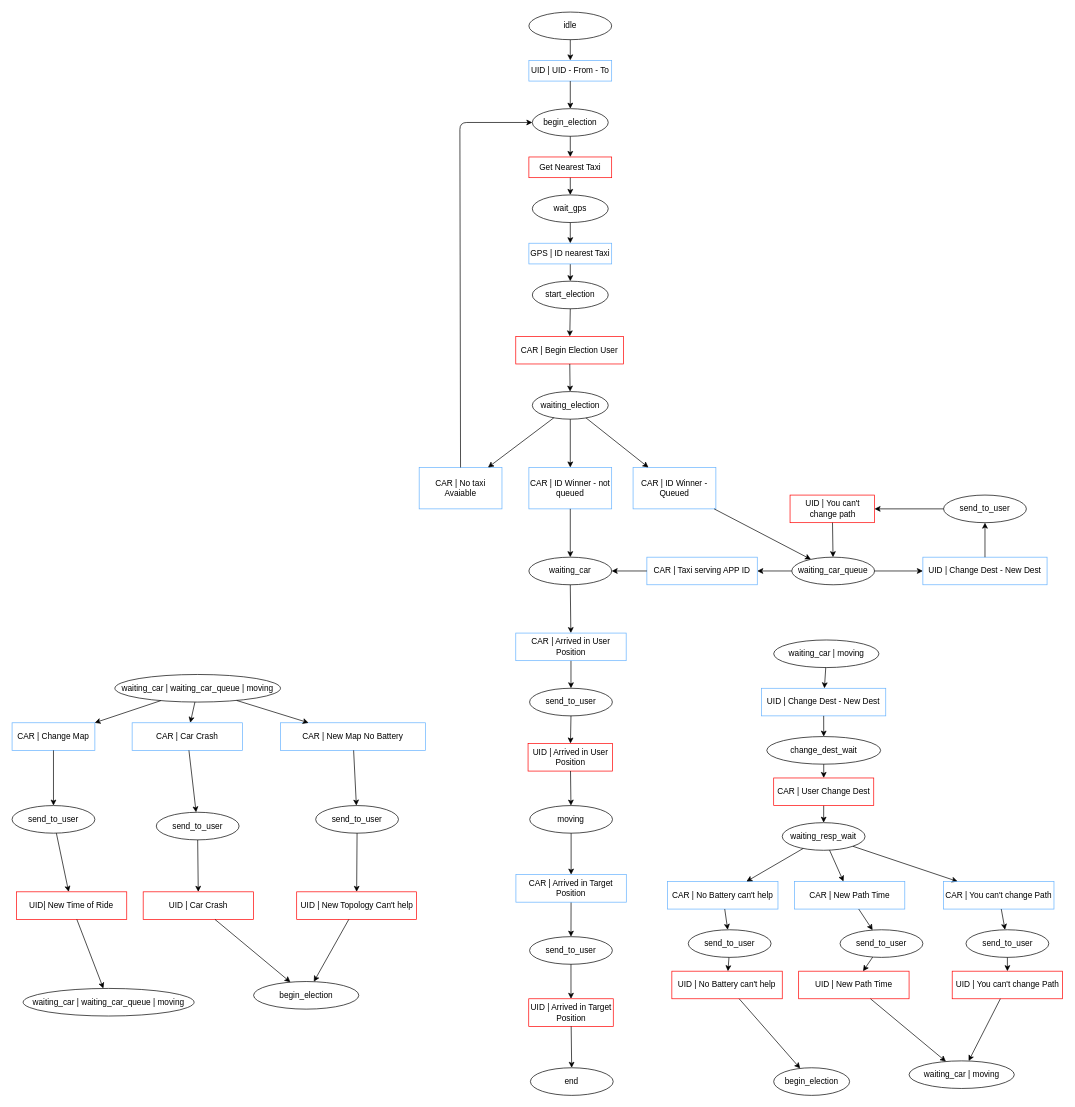
Earlier version of the draw.io diagram relazione/automa_app_utente.drawio (kraots94/Sistemi). Source tidied: cells renumbered, new cells numbered last; positions are measured from the earlier drawing's top-left corner, leaving out a move shared by most shapes. Both pictures are drawn from the tidied source at 69%, with x=0, y=0 at pixel (12, 12).
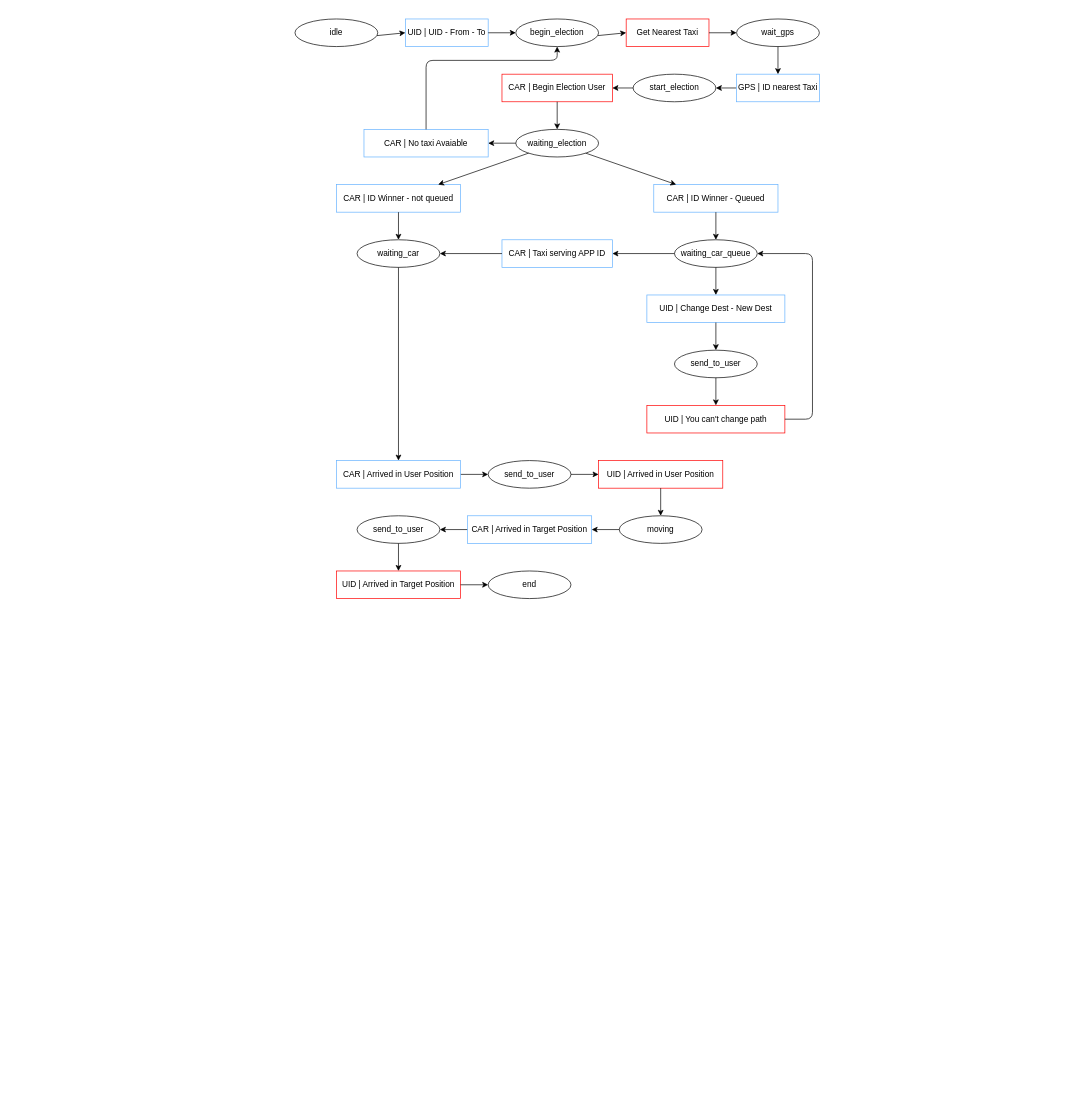
The same diagram, later.

Diff of the diagram source:
```diff
@@
     <mxCell id="2" value="idle" style="ellipse;whiteSpace=wrap;html=1;" parent="1" vertex="1">
-      <mxGeometry x="749" width="120" height="40" as="geometry" />
+      <mxGeometry x="410" y="10" width="120" height="40" as="geometry" />
     </mxCell>
     <mxCell id="3" value="UID | UID - From - To" style="rounded=0;whiteSpace=wrap;html=1;strokeColor=#66B2FF;" parent="1" vertex="1">
-      <mxGeometry x="749" y="70" width="120" height="30" as="geometry" />
+      <mxGeometry x="570" y="10" width="120" height="40" as="geometry" />
     </mxCell>
     <mxCell id="4" value="begin_election" style="ellipse;whiteSpace=wrap;html=1;" parent="1" vertex="1">
-      <mxGeometry x="754" y="140" width="110" height="40" as="geometry" />
+      <mxGeometry x="730" y="10" width="120" height="40" as="geometry" />
     </mxCell>
     <mxCell id="5" value="waiting_car" style="ellipse;whiteSpace=wrap;html=1;" parent="1" vertex="1">
-      <mxGeometry x="749" y="790" width="120" height="40" as="geometry" />
+      <mxGeometry x="500" y="330" width="120" height="40" as="geometry" />
     </mxCell>
-    <mxCell id="6" value="CAR | Change Map" style="rounded=0;whiteSpace=wrap;html=1;strokeColor=#66B2FF;fillColor=none;" parent="1" vertex="1">
-      <mxGeometry y="1030" width="120" height="40" as="geometry" />
-    </mxCell>
     <mxCell id="7" value="waiting_car_queue" style="ellipse;whiteSpace=wrap;html=1;" parent="1" vertex="1">
-      <mxGeometry x="1130" y="790" width="120" height="40" as="geometry" />
+      <mxGeometry x="960" y="330" width="120" height="40" as="geometry" />
     </mxCell>
     <mxCell id="8" value="&lt;span style=&quot;text-align: left ; white-space: nowrap&quot;&gt;CAR | Taxi serving APP ID&lt;/span&gt;" style="rounded=0;whiteSpace=wrap;html=1;strokeColor=#66B2FF;fillColor=none;" parent="1" vertex="1">
-      <mxGeometry x="920" y="790" width="160" height="40" as="geometry" />
+      <mxGeometry x="710" y="330" width="160" height="40" as="geometry" />
     </mxCell>
     <mxCell id="9" value="&lt;span style=&quot;white-space: normal&quot;&gt;CAR | Begin Election User&lt;/span&gt;" style="rounded=0;whiteSpace=wrap;html=1;strokeColor=#FF0000;" parent="1" vertex="1">
-      <mxGeometry x="730" y="470" width="156" height="40" as="geometry" />
+      <mxGeometry x="710" y="90" width="160" height="40" as="geometry" />
     </mxCell>
     <mxCell id="10" value="Get Nearest Taxi" style="rounded=0;whiteSpace=wrap;html=1;strokeColor=#FF0000;" parent="1" vertex="1">
-      <mxGeometry x="749" y="210" width="120" height="30" as="geometry" />
+      <mxGeometry x="890" y="10" width="120" height="40" as="geometry" />
     </mxCell>
@@
     <mxCell id="13" value="start_election" style="ellipse;whiteSpace=wrap;html=1;" parent="1" vertex="1">
-      <mxGeometry x="754" y="390" width="110" height="40" as="geometry" />
+      <mxGeometry x="900" y="90" width="120" height="40" as="geometry" />
     </mxCell>
@@
-    <mxCell id="15" style="endArrow=classic;html=1;" parent="1" edge="1" source="9" target="16">
-      <mxGeometry relative="1" as="geometry" />
-    </mxCell>
     <mxCell id="16" value="waiting_election" style="ellipse;whiteSpace=wrap;html=1;" parent="1" vertex="1">
-      <mxGeometry x="754" y="550" width="110" height="40" as="geometry" />
+      <mxGeometry x="730" y="170" width="120" height="40" as="geometry" />
     </mxCell>
     <mxCell id="17" value="wait_gps" style="ellipse;whiteSpace=wrap;html=1;" parent="1" vertex="1">
-      <mxGeometry x="754" y="265" width="110" height="40" as="geometry" />
+      <mxGeometry x="1050" y="10" width="120" height="40" as="geometry" />
     </mxCell>
@@
     <mxCell id="19" value="GPS | ID nearest Taxi" style="rounded=0;whiteSpace=wrap;html=1;strokeColor=#66B2FF;" parent="1" vertex="1">
-      <mxGeometry x="749" y="335" width="120" height="30" as="geometry" />
+      <mxGeometry x="1050" y="90" width="120" height="40" as="geometry" />
     </mxCell>
@@
-    <mxCell id="22" style="endArrow=classic;html=1;" parent="1" edge="1" source="3" target="4">
-      <mxGeometry relative="1" as="geometry" />
-    </mxCell>
     <mxCell id="23" value="CAR | No taxi Avaiable" style="rounded=0;whiteSpace=wrap;html=1;strokeColor=#66B2FF;" parent="1" vertex="1">
-      <mxGeometry x="590" y="660" width="120" height="60" as="geometry" />
+      <mxGeometry x="510" y="170" width="180" height="40" as="geometry" />
     </mxCell>
     <mxCell id="24" value="CAR | ID Winner - not queued" style="rounded=0;whiteSpace=wrap;html=1;strokeColor=#66B2FF;" parent="1" vertex="1">
-      <mxGeometry x="749" y="660" width="120" height="60" as="geometry" />
+      <mxGeometry x="470" y="250" width="180" height="40" as="geometry" />
     </mxCell>
     <mxCell id="25" value="CAR | ID Winner - Queued" style="rounded=0;whiteSpace=wrap;html=1;strokeColor=#66B2FF;" parent="1" vertex="1">
-      <mxGeometry x="900" y="660" width="120" height="60" as="geometry" />
+      <mxGeometry x="930" y="250" width="180" height="40" as="geometry" />
     </mxCell>
-    <mxCell id="26" style="endArrow=classic;html=1;" parent="1" edge="1" source="23" target="4">
-      <mxGeometry relative="1" as="geometry">
-        <Array as="points">
-          <mxPoint x="649" y="160" />
-        </Array>
-      </mxGeometry>
-    </mxCell>
@@
     <mxCell id="34" value="UID | Change Dest - New Dest" style="rounded=0;whiteSpace=wrap;html=1;strokeColor=#66B2FF;fillColor=none;" parent="1" vertex="1">
-      <mxGeometry x="1320" y="790" width="180" height="40" as="geometry" />
+      <mxGeometry x="920" y="410" width="200" height="40" as="geometry" />
     </mxCell>
@@
     <mxCell id="36" value="send_to_user" style="ellipse;whiteSpace=wrap;html=1;" parent="1" vertex="1">
-      <mxGeometry x="1350" y="700" width="120" height="40" as="geometry" />
+      <mxGeometry x="960" y="490" width="120" height="40" as="geometry" />
     </mxCell>
     <mxCell id="37" value="UID | You can't change path" style="rounded=0;whiteSpace=wrap;html=1;strokeColor=#FF0000;fillColor=none;" parent="1" vertex="1">
-      <mxGeometry x="1127.5" y="700" width="122.5" height="40" as="geometry" />
+      <mxGeometry x="920" y="570" width="200" height="40" as="geometry" />
     </mxCell>
@@
     <mxCell id="39" style="endArrow=classic;html=1;" parent="1" edge="1" source="37" target="7">
-      <mxGeometry relative="1" as="geometry" />
+      <mxGeometry relative="1" as="geometry">
+        <Array as="points">
+          <mxPoint x="1160" y="590" />
+          <mxPoint x="1160" y="350" />
+        </Array>
+      </mxGeometry>
     </mxCell>
@@
-    <mxCell id="41" value="CAR | Car Crash" style="rounded=0;whiteSpace=wrap;html=1;strokeColor=#66B2FF;fillColor=none;" parent="1" vertex="1">
-      <mxGeometry x="174" y="1030" width="160" height="40" as="geometry" />
-    </mxCell>
-    <mxCell id="42" value="CAR | New Map No Battery" style="rounded=0;whiteSpace=wrap;html=1;strokeColor=#66B2FF;fillColor=none;" parent="1" vertex="1">
-      <mxGeometry x="389" y="1030" width="210" height="40" as="geometry" />
-    </mxCell>
     <mxCell id="43" value="moving" style="ellipse;whiteSpace=wrap;html=1;strokeColor=#000000;fillColor=#ffffff;" parent="1" vertex="1">
-      <mxGeometry x="750.2" y="1150" width="120" height="40" as="geometry" />
+      <mxGeometry x="880" y="730" width="120" height="40" as="geometry" />
     </mxCell>
@@
     <mxCell id="46" value="CAR | Arrived in User Position" style="rounded=0;whiteSpace=wrap;html=1;strokeColor=#66B2FF;fillColor=none;" parent="1" vertex="1">
-      <mxGeometry x="730" y="900" width="160" height="40" as="geometry" />
+      <mxGeometry x="470" y="650" width="180" height="40" as="geometry" />
     </mxCell>
     <mxCell id="47" value="send_to_user" style="ellipse;whiteSpace=wrap;html=1;" parent="1" vertex="1">
-      <mxGeometry x="750" y="980" width="120" height="40" as="geometry" />
+      <mxGeometry x="690" y="650" width="120" height="40" as="geometry" />
     </mxCell>
     <mxCell id="48" value="UID | Arrived in User Position" style="rounded=0;whiteSpace=wrap;html=1;strokeColor=#FF0000;fillColor=none;" parent="1" vertex="1">
-      <mxGeometry x="747.8" y="1060" width="122.5" height="40" as="geometry" />
+      <mxGeometry x="850" y="650" width="180" height="40" as="geometry" />
     </mxCell>
@@
     <mxCell id="51" value="end" style="ellipse;whiteSpace=wrap;html=1;strokeColor=#000000;fillColor=#ffffff;" parent="1" vertex="1">
-      <mxGeometry x="751.2" y="1530" width="120" height="40" as="geometry" />
+      <mxGeometry x="690" y="810" width="120" height="40" as="geometry" />
     </mxCell>
@@
     <mxCell id="54" value="CAR | Arrived in Target Position" style="rounded=0;whiteSpace=wrap;html=1;strokeColor=#66B2FF;fillColor=none;" parent="1" vertex="1">
-      <mxGeometry x="730.2" y="1250" width="160" height="40" as="geometry" />
+      <mxGeometry x="660" y="730" width="180" height="40" as="geometry" />
     </mxCell>
     <mxCell id="55" value="send_to_user" style="ellipse;whiteSpace=wrap;html=1;" parent="1" vertex="1">
-      <mxGeometry x="750" y="1340" width="120" height="40" as="geometry" />
+      <mxGeometry x="500" y="730" width="120" height="40" as="geometry" />
     </mxCell>
     <mxCell id="56" value="UID | Arrived in Target Position" style="rounded=0;whiteSpace=wrap;html=1;strokeColor=#FF0000;fillColor=none;" parent="1" vertex="1">
-      <mxGeometry x="748.8" y="1430" width="122.5" height="40" as="geometry" />
+      <mxGeometry x="470" y="810" width="180" height="40" as="geometry" />
     </mxCell>
@@
-    <mxCell id="59" value="waiting_car | waiting_car_queue | moving" style="ellipse;whiteSpace=wrap;html=1;" parent="1" vertex="1">
-      <mxGeometry x="149" y="960" width="240" height="40" as="geometry" />
-    </mxCell>
-    <mxCell id="60" value="waiting_car | moving" style="ellipse;whiteSpace=wrap;html=1;" parent="1" vertex="1">
-      <mxGeometry x="1103.8" y="910" width="152.5" height="40" as="geometry" />
-    </mxCell>
-    <mxCell id="61" value="change_dest_wait" style="ellipse;whiteSpace=wrap;html=1;strokeColor=#000000;fillColor=#ffffff;" parent="1" vertex="1">
-      <mxGeometry x="1093.8" y="1050" width="165" height="40" as="geometry" />
-    </mxCell>
-    <mxCell id="62" style="endArrow=classic;html=1;" parent="1" edge="1" source="65" target="64">
-      <mxGeometry relative="1" as="geometry" />
-    </mxCell>
-    <mxCell id="63" style="endArrow=classic;html=1;" parent="1" edge="1" source="61" target="65">
-      <mxGeometry relative="1" as="geometry" />
-    </mxCell>
-    <mxCell id="64" value="waiting_resp_wait" style="ellipse;whiteSpace=wrap;html=1;strokeColor=#000000;" parent="1" vertex="1">
-      <mxGeometry x="1116.2" y="1174.8" width="120" height="40" as="geometry" />
-    </mxCell>
-    <mxCell id="65" value="CAR | User Change Dest" style="rounded=0;whiteSpace=wrap;html=1;fillColor=none;strokeColor=#FF0000;" parent="1" vertex="1">
-      <mxGeometry x="1103.8" y="1110" width="145" height="40" as="geometry" />
-    </mxCell>
-    <mxCell id="66" style="endArrow=classic;html=1;" parent="1" edge="1" source="64" target="77">
-      <mxGeometry relative="1" as="geometry" />
-    </mxCell>
-    <mxCell id="67" value="UID | No Battery can't help" style="rounded=0;whiteSpace=wrap;html=1;strokeColor=#FF0000;fillColor=none;" parent="1" vertex="1">
-      <mxGeometry x="956.2" y="1390" width="160" height="40" as="geometry" />
-    </mxCell>
-    <mxCell id="68" value="UID | New Path Time" style="rounded=0;whiteSpace=wrap;html=1;strokeColor=#FF0000;fillColor=none;" parent="1" vertex="1">
-      <mxGeometry x="1140" y="1390" width="160" height="40" as="geometry" />
-    </mxCell>
-    <mxCell id="69" value="UID | You can't change Path" style="rounded=0;whiteSpace=wrap;html=1;strokeColor=#FF0000;fillColor=none;" parent="1" vertex="1">
-      <mxGeometry x="1362.5" y="1390" width="160" height="40" as="geometry" />
-    </mxCell>
-    <mxCell id="70" value="UID | Change Dest - New Dest" style="rounded=0;whiteSpace=wrap;html=1;strokeColor=#66B2FF;fillColor=none;" parent="1" vertex="1">
-      <mxGeometry x="1086.2" y="980" width="180" height="40" as="geometry" />
-    </mxCell>
-    <mxCell id="71" style="endArrow=classic;html=1;" parent="1" edge="1" source="60" target="70">
-      <mxGeometry relative="1" as="geometry" />
-    </mxCell>
-    <mxCell id="72" value="send_to_user" style="ellipse;whiteSpace=wrap;html=1;" parent="1" vertex="1">
-      <mxGeometry x="980" y="1330" width="120" height="40" as="geometry" />
-    </mxCell>
-    <mxCell id="73" style="endArrow=classic;html=1;" parent="1" edge="1" source="70" target="61">
-      <mxGeometry relative="1" as="geometry" />
-    </mxCell>
-    <mxCell id="74" style="endArrow=classic;html=1;" parent="1" edge="1" source="72" target="67">
-      <mxGeometry relative="1" as="geometry" />
-    </mxCell>
-    <mxCell id="75" value="CAR | No Battery can't help" style="rounded=0;whiteSpace=wrap;html=1;strokeColor=#66B2FF;fillColor=none;" parent="1" vertex="1">
-      <mxGeometry x="950" y="1260" width="160" height="40" as="geometry" />
-    </mxCell>
-    <mxCell id="76" value="CAR | New Path Time" style="rounded=0;whiteSpace=wrap;html=1;strokeColor=#66B2FF;fillColor=none;" parent="1" vertex="1">
-      <mxGeometry x="1133.8" y="1260" width="160" height="40" as="geometry" />
-    </mxCell>
-    <mxCell id="77" value="CAR | You can't change Path" style="rounded=0;whiteSpace=wrap;html=1;strokeColor=#66B2FF;fillColor=none;" parent="1" vertex="1">
-      <mxGeometry x="1350" y="1260" width="160" height="40" as="geometry" />
-    </mxCell>
-    <mxCell id="78" value="send_to_user" style="ellipse;whiteSpace=wrap;html=1;" parent="1" vertex="1">
-      <mxGeometry x="1200" y="1330" width="120" height="40" as="geometry" />
-    </mxCell>
-    <mxCell id="79" value="send_to_user" style="ellipse;whiteSpace=wrap;html=1;" parent="1" vertex="1">
-      <mxGeometry x="1382.5" y="1330" width="120" height="40" as="geometry" />
-    </mxCell>
-    <mxCell id="80" style="endArrow=classic;html=1;" parent="1" edge="1" source="75" target="72">
-      <mxGeometry relative="1" as="geometry" />
-    </mxCell>
-    <mxCell id="81" style="endArrow=classic;html=1;" parent="1" edge="1" source="64" target="75">
-      <mxGeometry relative="1" as="geometry" />
-    </mxCell>
-    <mxCell id="82" style="endArrow=classic;html=1;" parent="1" edge="1" source="64" target="76">
-      <mxGeometry relative="1" as="geometry" />
-    </mxCell>
-    <mxCell id="83" style="endArrow=classic;html=1;" parent="1" edge="1" source="76" target="78">
-      <mxGeometry relative="1" as="geometry" />
-    </mxCell>
-    <mxCell id="84" style="endArrow=classic;html=1;" parent="1" edge="1" source="78" target="68">
-      <mxGeometry relative="1" as="geometry" />
-    </mxCell>
-    <mxCell id="85" style="endArrow=classic;html=1;" parent="1" edge="1" source="77" target="79">
-      <mxGeometry relative="1" as="geometry" />
-    </mxCell>
-    <mxCell id="86" style="endArrow=classic;html=1;" parent="1" edge="1" source="79" target="69">
-      <mxGeometry relative="1" as="geometry" />
-    </mxCell>
-    <mxCell id="87" value="waiting_car | moving" style="ellipse;whiteSpace=wrap;html=1;" parent="1" vertex="1">
-      <mxGeometry x="1300" y="1520" width="152.5" height="40" as="geometry" />
-    </mxCell>
-    <mxCell id="88" style="endArrow=classic;html=1;" parent="1" edge="1" source="68" target="87">
-      <mxGeometry relative="1" as="geometry" />
-    </mxCell>
-    <mxCell id="89" style="endArrow=classic;html=1;" parent="1" edge="1" source="69" target="87">
-      <mxGeometry relative="1" as="geometry" />
-    </mxCell>
-    <mxCell id="90" value="begin_election" style="ellipse;whiteSpace=wrap;html=1;" parent="1" vertex="1">
-      <mxGeometry x="1103.8" y="1530" width="110" height="40" as="geometry" />
-    </mxCell>
-    <mxCell id="91" style="endArrow=classic;html=1;" parent="1" edge="1" source="67" target="90">
-      <mxGeometry relative="1" as="geometry" />
-    </mxCell>
-    <mxCell id="92" style="endArrow=classic;html=1;" parent="1" edge="1" source="6" target="96">
-      <mxGeometry relative="1" as="geometry" />
-    </mxCell>
-    <mxCell id="93" value="UID| New Time of Ride" style="rounded=0;whiteSpace=wrap;html=1;strokeColor=#FF0000;fillColor=none;" parent="1" vertex="1">
-      <mxGeometry x="6.2" y="1275" width="160" height="40" as="geometry" />
-    </mxCell>
-    <mxCell id="94" value="UID | Car Crash" style="rounded=0;whiteSpace=wrap;html=1;strokeColor=#FF0000;fillColor=none;" parent="1" vertex="1">
-      <mxGeometry x="190" y="1275" width="160" height="40" as="geometry" />
-    </mxCell>
-    <mxCell id="95" value="UID | New Topology Can't help" style="rounded=0;whiteSpace=wrap;html=1;strokeColor=#FF0000;fillColor=none;" parent="1" vertex="1">
-      <mxGeometry x="412.5" y="1275" width="173.5" height="40" as="geometry" />
-    </mxCell>
-    <mxCell id="96" value="send_to_user" style="ellipse;whiteSpace=wrap;html=1;" parent="1" vertex="1">
-      <mxGeometry y="1150" width="120" height="40" as="geometry" />
-    </mxCell>
-    <mxCell id="97" style="endArrow=classic;html=1;" parent="1" edge="1" source="96" target="93">
-      <mxGeometry relative="1" as="geometry" />
-    </mxCell>
-    <mxCell id="98" value="send_to_user" style="ellipse;whiteSpace=wrap;html=1;" parent="1" vertex="1">
-      <mxGeometry x="209" y="1159.7" width="120" height="40" as="geometry" />
-    </mxCell>
-    <mxCell id="99" value="send_to_user" style="ellipse;whiteSpace=wrap;html=1;" parent="1" vertex="1">
-      <mxGeometry x="440" y="1150" width="120" height="40" as="geometry" />
-    </mxCell>
-    <mxCell id="100" style="endArrow=classic;html=1;" parent="1" edge="1" source="98" target="94">
-      <mxGeometry relative="1" as="geometry" />
-    </mxCell>
-    <mxCell id="101" style="endArrow=classic;html=1;" parent="1" edge="1" source="99" target="95">
-      <mxGeometry relative="1" as="geometry" />
-    </mxCell>
-    <mxCell id="102" value="begin_election" style="ellipse;whiteSpace=wrap;html=1;" parent="1" vertex="1">
-      <mxGeometry x="350" y="1405" width="152.5" height="40" as="geometry" />
-    </mxCell>
-    <mxCell id="103" style="endArrow=classic;html=1;" parent="1" edge="1" source="94" target="102">
-      <mxGeometry relative="1" as="geometry" />
-    </mxCell>
-    <mxCell id="104" style="endArrow=classic;html=1;" parent="1" edge="1" source="95" target="102">
-      <mxGeometry relative="1" as="geometry" />
-    </mxCell>
-    <mxCell id="105" value="waiting_car | waiting_car_queue | moving" style="ellipse;whiteSpace=wrap;html=1;" parent="1" vertex="1">
-      <mxGeometry x="16" y="1415" width="247.8" height="40" as="geometry" />
-    </mxCell>
-    <mxCell id="106" style="endArrow=classic;html=1;" parent="1" edge="1" source="93" target="105">
-      <mxGeometry relative="1" as="geometry" />
-    </mxCell>
-    <mxCell id="107" style="endArrow=classic;html=1;" parent="1" edge="1" source="41" target="98">
-      <mxGeometry relative="1" as="geometry" />
-    </mxCell>
-    <mxCell id="108" style="endArrow=classic;html=1;" parent="1" edge="1" source="42" target="99">
-      <mxGeometry relative="1" as="geometry" />
-    </mxCell>
-    <mxCell id="109" style="endArrow=classic;html=1;" parent="1" edge="1" source="59" target="6">
-      <mxGeometry relative="1" as="geometry" />
-    </mxCell>
-    <mxCell id="110" style="endArrow=classic;html=1;" parent="1" edge="1" source="59" target="41">
-      <mxGeometry relative="1" as="geometry" />
-    </mxCell>
-    <mxCell id="111" style="endArrow=classic;html=1;" parent="1" edge="1" source="59" target="42">
-      <mxGeometry relative="1" as="geometry" />
-    </mxCell>
+    <mxCell id="22" style="endArrow=classic;html=1;" parent="1" edge="1" source="3" target="4">
+      <mxGeometry relative="1" as="geometry" />
+    </mxCell>
+    <mxCell id="26" style="endArrow=classic;html=1;" parent="1" edge="1" source="23" target="4">
+      <mxGeometry relative="1" as="geometry">
+        <Array as="points">
+          <mxPoint x="600" y="70" />
+          <mxPoint x="790" y="70" />
+        </Array>
+      </mxGeometry>
+    </mxCell>
+    <mxCell id="15" style="endArrow=classic;html=1;" parent="1" edge="1" source="9" target="16">
+      <mxGeometry relative="1" as="geometry" />
+    </mxCell>
```
